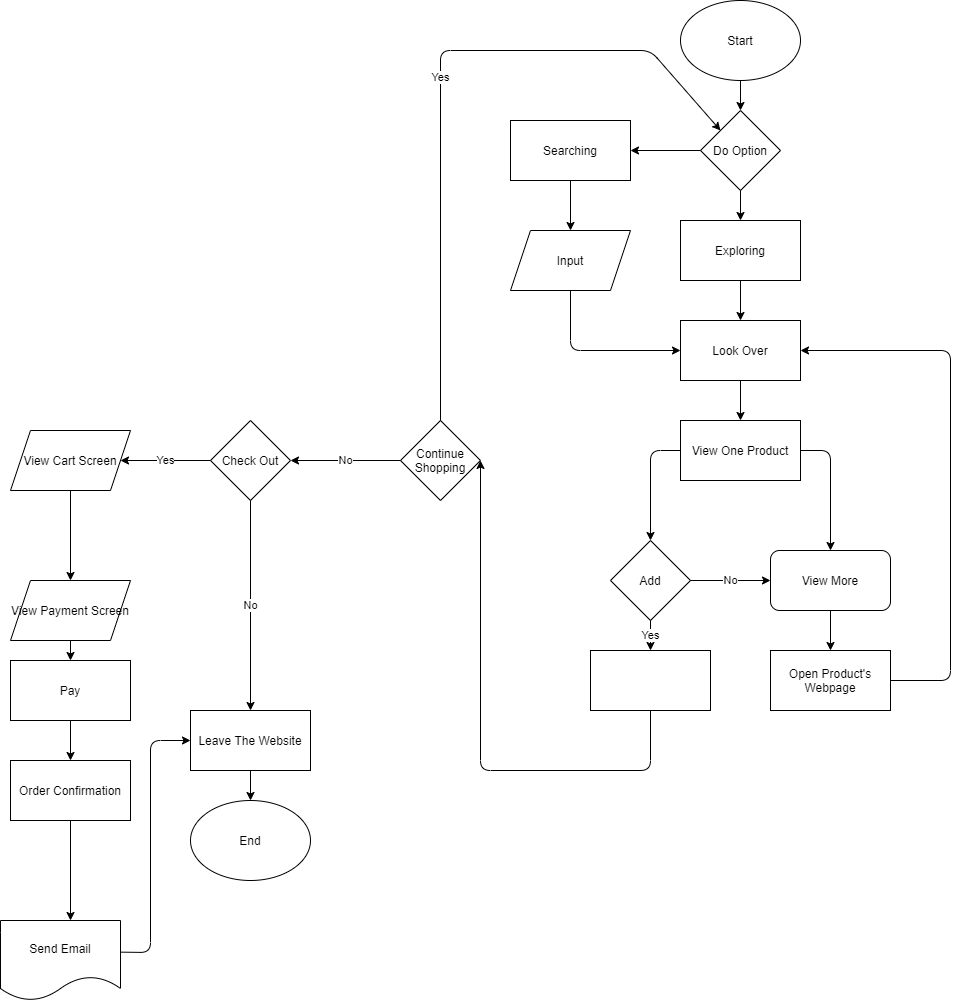
Earlier version of the draw.io export explore/diagramming/diagram.drawio.png (BinnYEver/fa21-cse110-lab4). Source tidied: cells renumbered, new cells last; positions are measured from the earlier drawing's top-left corner, leaving out a move shared by most shapes.
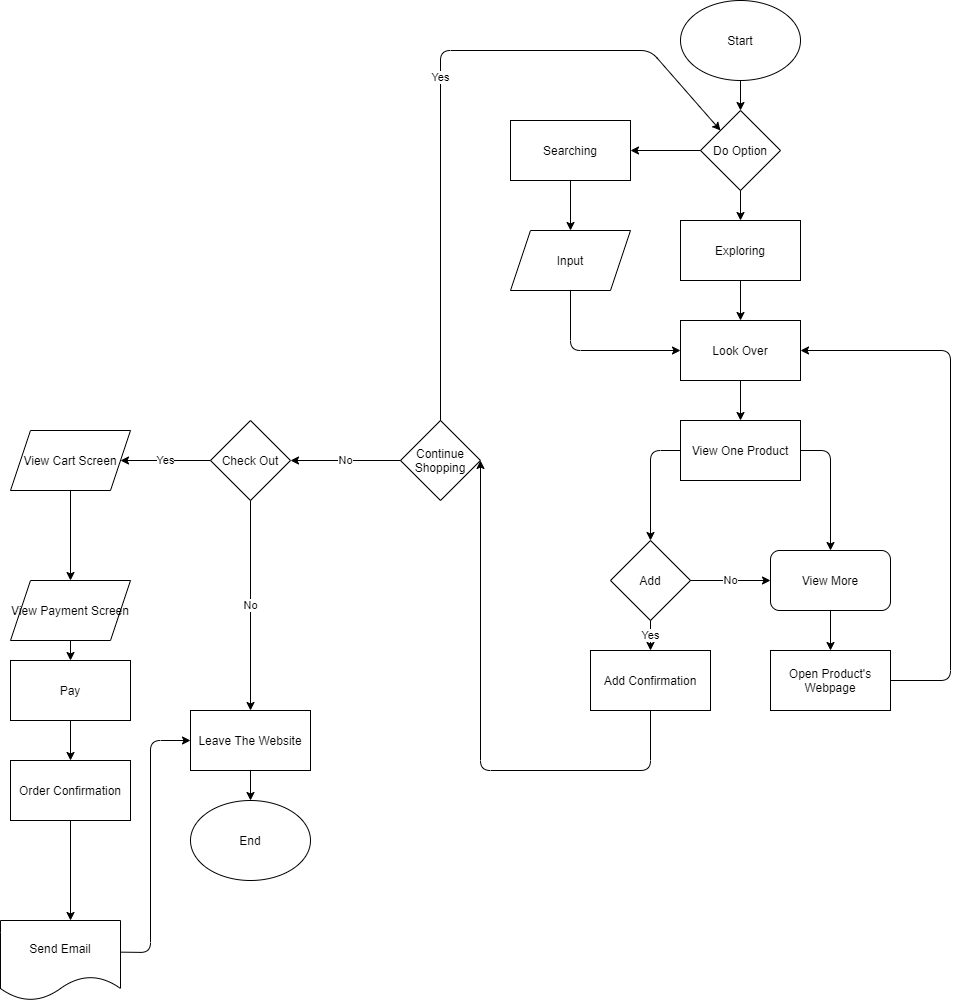
Above is the later version.

What changed in the source:
```diff
@@ -173,7 +173,7 @@
     <mxCell id="44" value="Send Email" style="shape=document;whiteSpace=wrap;html=1;boundedLbl=1;" parent="1" vertex="1">
       <mxGeometry y="920" width="120" height="80" as="geometry" />
     </mxCell>
-    <mxCell id="45" style="rounded=0;whiteSpace=wrap;html=1;" parent="1" vertex="1">
+    <mxCell id="45" value="Add Confirmation" style="rounded=0;whiteSpace=wrap;html=1;" parent="1" vertex="1">
       <mxGeometry x="590" y="650" width="120" height="60" as="geometry" />
     </mxCell>
   </root>
```
